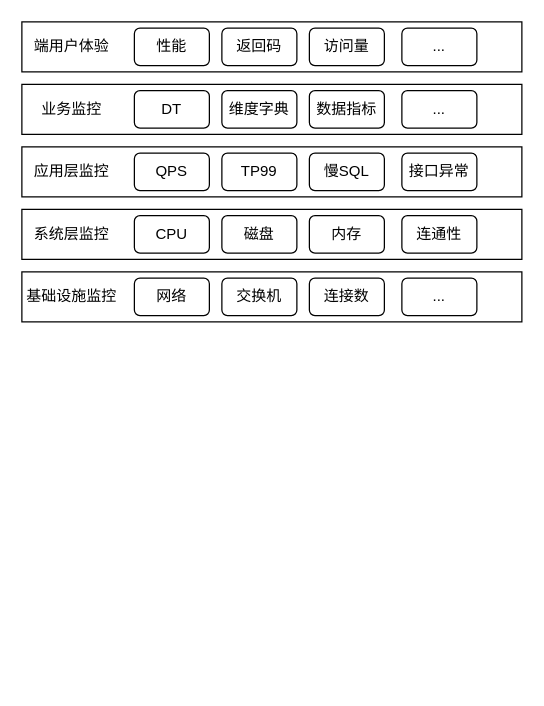
Before: demo01/监控.drawio in huang-chh/draw, a draw.io diagram. Source tidied: cells renumbered, new cells numbered last; positions are measured from the earlier drawing's top-left corner, leaving out a move shared by most shapes. Both pictures are drawn from the tidied source at 125%, with x=0, y=0 at pixel (21, 21).
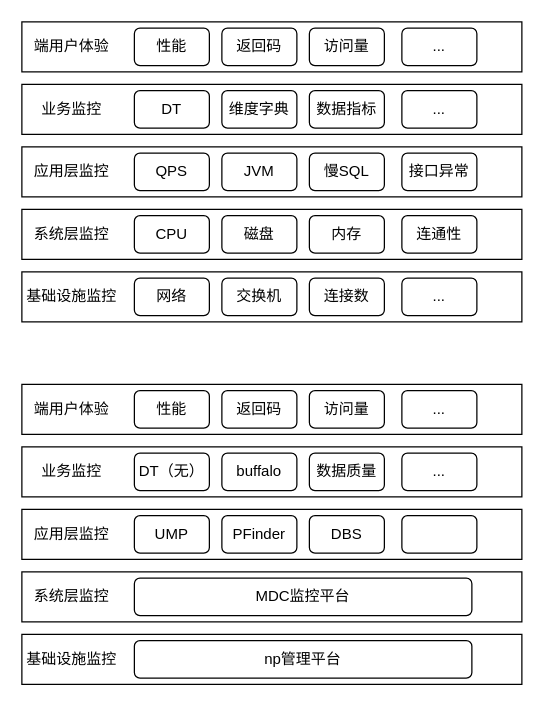
After the change.

Change to the diagram source:
```diff
@@
-    <mxCell id="17" value="TP99" style="rounded=1;whiteSpace=wrap;html=1;" parent="1" vertex="1">
+    <mxCell id="17" value="JVM" style="rounded=1;whiteSpace=wrap;html=1;" parent="1" vertex="1">
       <mxGeometry x="160" y="105" width="60" height="30" as="geometry" />
     </mxCell>
@@
+    <mxCell id="32" style="rounded=0;whiteSpace=wrap;html=1;" parent="1" vertex="1">
+      <mxGeometry y="490" width="400" height="40" as="geometry" />
+    </mxCell>
+    <mxCell id="33" value="基础设施监控" style="text;html=1;strokeColor=none;fillColor=none;align=center;verticalAlign=middle;whiteSpace=wrap;rounded=0;" parent="1" vertex="1">
+      <mxGeometry y="495" width="80" height="30" as="geometry" />
+    </mxCell>
+    <mxCell id="34" value="np管理平台" style="rounded=1;whiteSpace=wrap;html=1;" parent="1" vertex="1">
+      <mxGeometry x="90" y="495" width="270" height="30" as="geometry" />
+    </mxCell>
+    <mxCell id="35" style="rounded=0;whiteSpace=wrap;html=1;" parent="1" vertex="1">
+      <mxGeometry y="440" width="400" height="40" as="geometry" />
+    </mxCell>
+    <mxCell id="36" value="系统层监控" style="text;html=1;strokeColor=none;fillColor=none;align=center;verticalAlign=middle;whiteSpace=wrap;rounded=0;" parent="1" vertex="1">
+      <mxGeometry y="445" width="80" height="30" as="geometry" />
+    </mxCell>
+    <mxCell id="37" value="MDC监控平台" style="rounded=1;whiteSpace=wrap;html=1;" parent="1" vertex="1">
+      <mxGeometry x="90" y="445" width="270" height="30" as="geometry" />
+    </mxCell>
+    <mxCell id="38" style="rounded=0;whiteSpace=wrap;html=1;" parent="1" vertex="1">
+      <mxGeometry y="390" width="400" height="40" as="geometry" />
+    </mxCell>
+    <mxCell id="39" value="应用层监控" style="text;html=1;strokeColor=none;fillColor=none;align=center;verticalAlign=middle;whiteSpace=wrap;rounded=0;" parent="1" vertex="1">
+      <mxGeometry y="395" width="80" height="30" as="geometry" />
+    </mxCell>
+    <mxCell id="40" value="UMP" style="rounded=1;whiteSpace=wrap;html=1;" parent="1" vertex="1">
+      <mxGeometry x="90" y="395" width="60" height="30" as="geometry" />
+    </mxCell>
+    <mxCell id="41" value="PFinder" style="rounded=1;whiteSpace=wrap;html=1;" parent="1" vertex="1">
+      <mxGeometry x="160" y="395" width="60" height="30" as="geometry" />
+    </mxCell>
+    <mxCell id="42" value="DBS" style="rounded=1;whiteSpace=wrap;html=1;" parent="1" vertex="1">
+      <mxGeometry x="230" y="395" width="60" height="30" as="geometry" />
+    </mxCell>
+    <mxCell id="43" style="rounded=1;whiteSpace=wrap;html=1;" parent="1" vertex="1">
+      <mxGeometry x="304" y="395" width="60" height="30" as="geometry" />
+    </mxCell>
+    <mxCell id="44" style="rounded=0;whiteSpace=wrap;html=1;" parent="1" vertex="1">
+      <mxGeometry y="340" width="400" height="40" as="geometry" />
+    </mxCell>
+    <mxCell id="45" value="业务监控" style="text;html=1;strokeColor=none;fillColor=none;align=center;verticalAlign=middle;whiteSpace=wrap;rounded=0;" parent="1" vertex="1">
+      <mxGeometry y="345" width="80" height="30" as="geometry" />
+    </mxCell>
+    <mxCell id="46" value="DT（无）" style="rounded=1;whiteSpace=wrap;html=1;" parent="1" vertex="1">
+      <mxGeometry x="90" y="345" width="60" height="30" as="geometry" />
+    </mxCell>
+    <mxCell id="47" value="buffalo" style="rounded=1;whiteSpace=wrap;html=1;" parent="1" vertex="1">
+      <mxGeometry x="160" y="345" width="60" height="30" as="geometry" />
+    </mxCell>
+    <mxCell id="48" value="数据质量" style="rounded=1;whiteSpace=wrap;html=1;" parent="1" vertex="1">
+      <mxGeometry x="230" y="345" width="60" height="30" as="geometry" />
+    </mxCell>
+    <mxCell id="49" value="..." style="rounded=1;whiteSpace=wrap;html=1;" parent="1" vertex="1">
+      <mxGeometry x="304" y="345" width="60" height="30" as="geometry" />
+    </mxCell>
+    <mxCell id="50" style="rounded=0;whiteSpace=wrap;html=1;" parent="1" vertex="1">
+      <mxGeometry y="290" width="400" height="40" as="geometry" />
+    </mxCell>
+    <mxCell id="51" value="端用户体验" style="text;html=1;strokeColor=none;fillColor=none;align=center;verticalAlign=middle;whiteSpace=wrap;rounded=0;" parent="1" vertex="1">
+      <mxGeometry y="295" width="80" height="30" as="geometry" />
+    </mxCell>
+    <mxCell id="52" value="性能" style="rounded=1;whiteSpace=wrap;html=1;" parent="1" vertex="1">
+      <mxGeometry x="90" y="295" width="60" height="30" as="geometry" />
+    </mxCell>
+    <mxCell id="53" value="返回码" style="rounded=1;whiteSpace=wrap;html=1;" parent="1" vertex="1">
+      <mxGeometry x="160" y="295" width="60" height="30" as="geometry" />
+    </mxCell>
+    <mxCell id="54" value="访问量" style="rounded=1;whiteSpace=wrap;html=1;" parent="1" vertex="1">
+      <mxGeometry x="230" y="295" width="60" height="30" as="geometry" />
+    </mxCell>
+    <mxCell id="55" value="..." style="rounded=1;whiteSpace=wrap;html=1;" parent="1" vertex="1">
+      <mxGeometry x="304" y="295" width="60" height="30" as="geometry" />
+    </mxCell>
```
